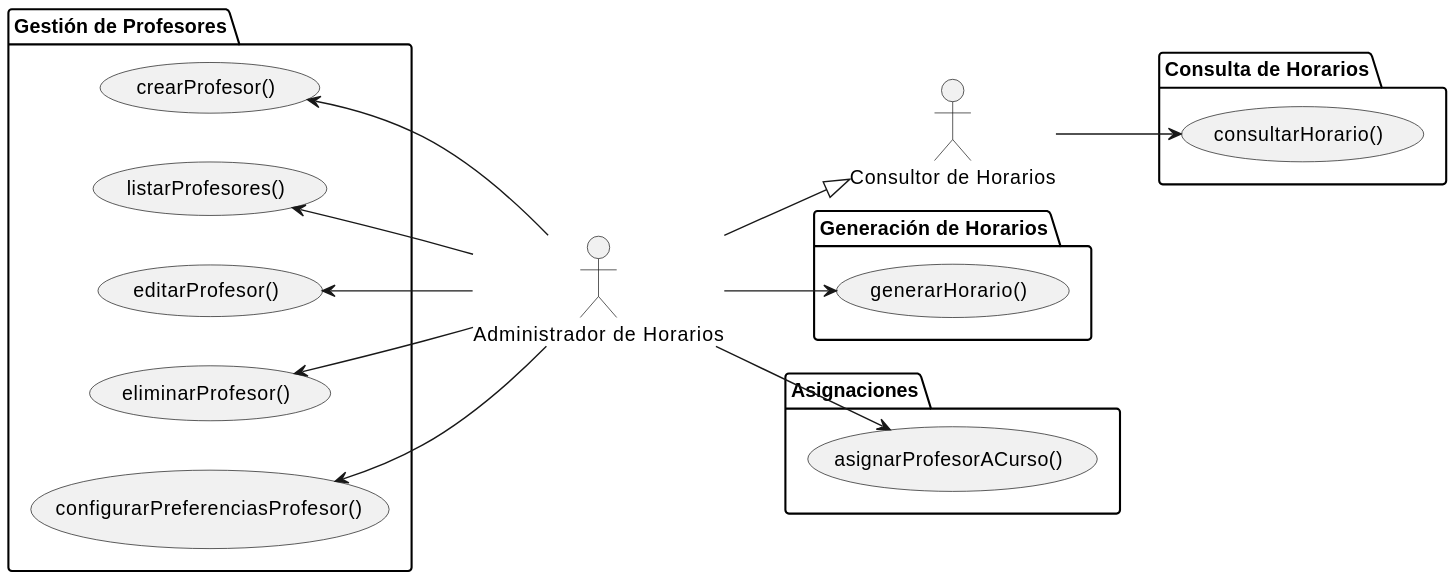
This is images/RUP/00-casos-uso/01-actores-casos-uso/actores-casos-uso-002.svg from Hexcss/scheduler, a PlantUML export, as it was before one commit. Source of this version:
```plantuml
@startuml
left to right direction

actor "Administrador de Horarios" as admin
actor "Consultor de Horarios" as consultor

consultor <|-up- admin


package "Gestión de Profesores" {
    usecase crearProfesor as "crearProfesor()"
    usecase listarProfesores as "listarProfesores()"
    usecase editarProfesor as "editarProfesor()"
    usecase eliminarProfesor as "eliminarProfesor()"
    usecase configurarPreferenciasProfesor as "configurarPreferenciasProfesor()"
}

package "Consulta de Horarios" {
    usecase consultarHorario as "consultarHorario()"
}

package "Generación de Horarios" {
    usecase generarHorario as "generarHorario()"
}

package "Asignaciones" {
    usecase asignarProfesorACurso as "asignarProfesorACurso()"
}


(crearProfesor) <-- admin
(listarProfesores) <-- admin
(editarProfesor) <-- admin
(eliminarProfesor) <-- admin
(configurarPreferenciasProfesor) <-- admin

consultor --> (consultarHorario)

admin --> (asignarProfesorACurso)
admin --> (generarHorario)
@enduml
```
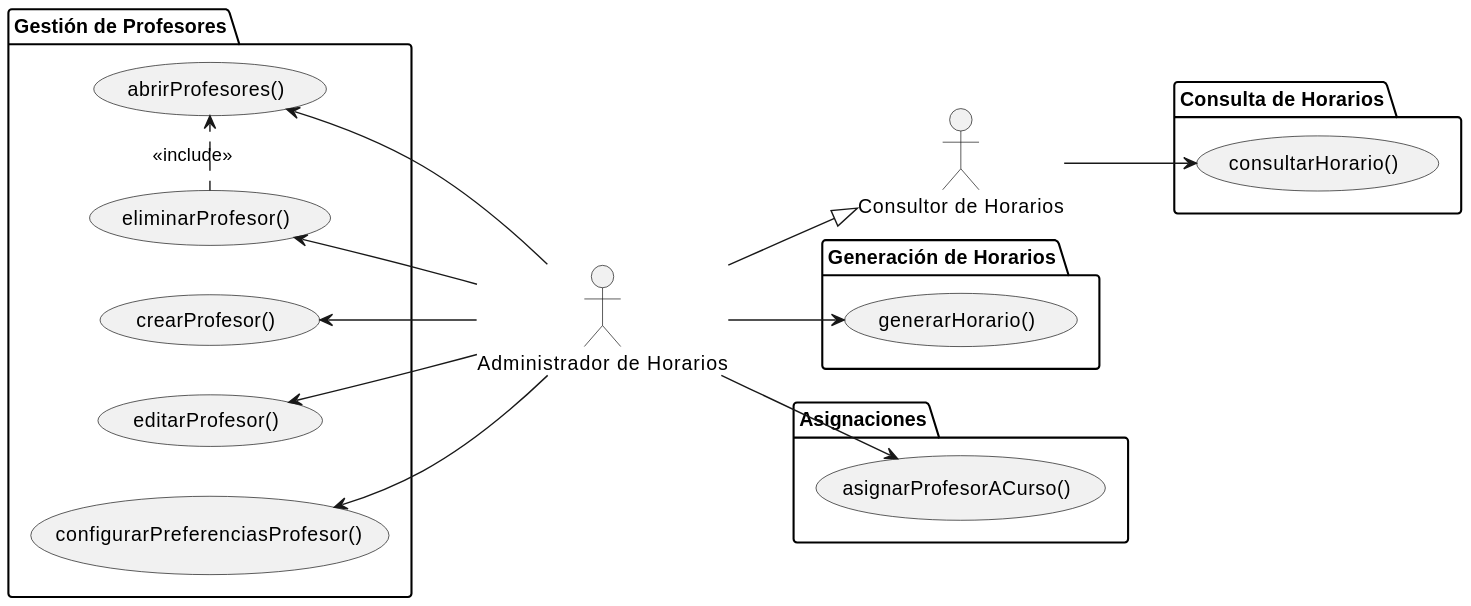
Above is the later version.

What changed in the source:
```diff
@@ -9,7 +9,7 @@
 
 package "Gestión de Profesores" {
     usecase crearProfesor as "crearProfesor()"
-    usecase listarProfesores as "listarProfesores()"
+    usecase abrirProfesores as "abrirProfesores()"
     usecase editarProfesor as "editarProfesor()"
     usecase eliminarProfesor as "eliminarProfesor()"
     usecase configurarPreferenciasProfesor as "configurarPreferenciasProfesor()"
@@ -29,7 +29,7 @@
 
 
 (crearProfesor) <-- admin
-(listarProfesores) <-- admin
+(abrirProfesores) <-- admin
 (editarProfesor) <-- admin
 (eliminarProfesor) <-- admin
 (configurarPreferenciasProfesor) <-- admin
@@ -38,4 +38,6 @@
 
 admin --> (asignarProfesorACurso)
 admin --> (generarHorario)
+
+eliminarProfesor .> abrirProfesores : <<include>>
 @enduml
```
